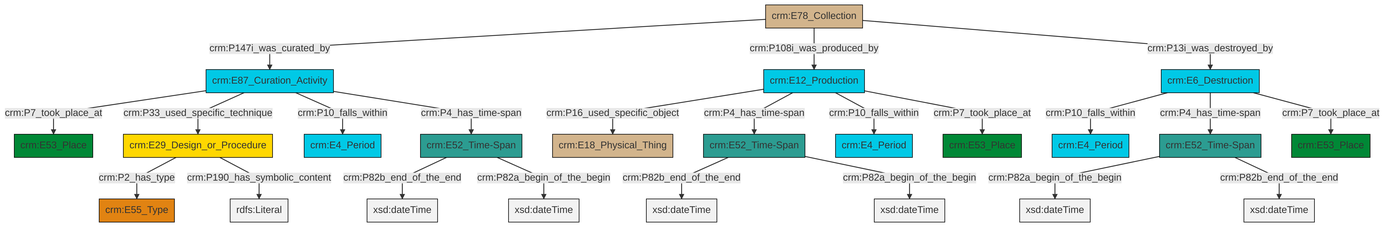
Before: et/archivalCSV/ttl/mmd/png/archival_existence.png, a diagram exported from Mermaid (swiss-art-research-net/docs.swissartresearch). Its source is kept beside it as et/archivalCSV/ttl/mmd/archival_existence.ttl.mmd.
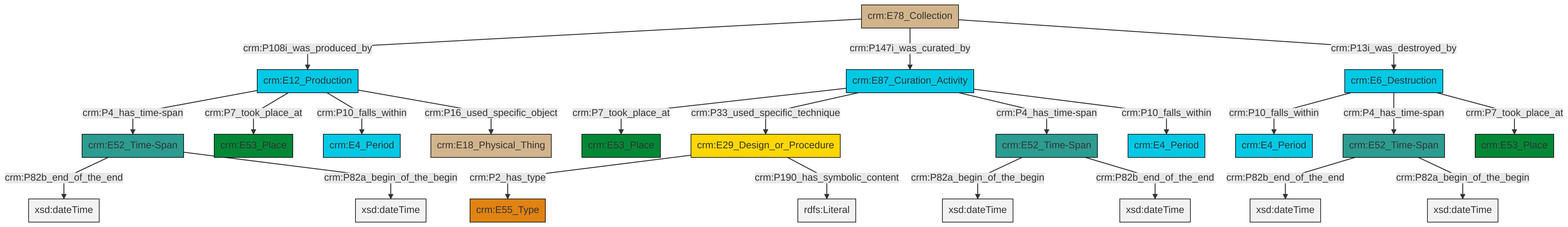
After the change.

What changed in the source:
```diff
@@ -13,25 +13,25 @@
 classDef PC_Classes fill:#4ce600, stroke:#000000;
 classDef Multi fill:#cccccc,stroke:#000000;
 
-0["crm:E52_Time-Span"]:::Time-Span -->|crm:P82b_end_of_the_end| 1[xsd:dateTime]:::Literal
-6["crm:E52_Time-Span"]:::Time-Span -->|crm:P82b_end_of_the_end| 7[xsd:dateTime]:::Literal
-8["crm:E12_Production"]:::Temporal_Entity -->|crm:P16_used_specific_object| 9["crm:E18_Physical_Thing"]:::Physical_Thing
-2["crm:E87_Curation_Activity"]:::Temporal_Entity -->|crm:P7_took_place_at| 10["crm:E53_Place"]:::Place
-8["crm:E12_Production"]:::Temporal_Entity -->|crm:P4_has_time-span| 0["crm:E52_Time-Span"]:::Time-Span
-13["crm:E78_Collection"]:::Physical_Thing -->|crm:P147i_was_curated_by| 2["crm:E87_Curation_Activity"]:::Temporal_Entity
-14["crm:E6_Destruction"]:::Temporal_Entity -->|crm:P10_falls_within| 15["crm:E4_Period"]:::Temporal_Entity
-2["crm:E87_Curation_Activity"]:::Temporal_Entity -->|crm:P33_used_specific_technique| 16["crm:E29_Design_or_Procedure"]:::Conceptual_Object
-16["crm:E29_Design_or_Procedure"]:::Conceptual_Object -->|crm:P2_has_type| 20["crm:E55_Type"]:::Type
-8["crm:E12_Production"]:::Temporal_Entity -->|crm:P10_falls_within| 22["crm:E4_Period"]:::Temporal_Entity
-6["crm:E52_Time-Span"]:::Time-Span -->|crm:P82a_begin_of_the_begin| 23[xsd:dateTime]:::Literal
-8["crm:E12_Production"]:::Temporal_Entity -->|crm:P7_took_place_at| 18["crm:E53_Place"]:::Place
-14["crm:E6_Destruction"]:::Temporal_Entity -->|crm:P4_has_time-span| 24["crm:E52_Time-Span"]:::Time-Span
-2["crm:E87_Curation_Activity"]:::Temporal_Entity -->|crm:P10_falls_within| 4["crm:E4_Period"]:::Temporal_Entity
-2["crm:E87_Curation_Activity"]:::Temporal_Entity -->|crm:P4_has_time-span| 6["crm:E52_Time-Span"]:::Time-Span
-13["crm:E78_Collection"]:::Physical_Thing -->|crm:P108i_was_produced_by| 8["crm:E12_Production"]:::Temporal_Entity
-24["crm:E52_Time-Span"]:::Time-Span -->|crm:P82a_begin_of_the_begin| 28[xsd:dateTime]:::Literal
-13["crm:E78_Collection"]:::Physical_Thing -->|crm:P13i_was_destroyed_by| 14["crm:E6_Destruction"]:::Temporal_Entity
-24["crm:E52_Time-Span"]:::Time-Span -->|crm:P82b_end_of_the_end| 33[xsd:dateTime]:::Literal
-16["crm:E29_Design_or_Procedure"]:::Conceptual_Object -->|crm:P190_has_symbolic_content| 35[rdfs:Literal]:::Literal
-14["crm:E6_Destruction"]:::Temporal_Entity -->|crm:P7_took_place_at| 29["crm:E53_Place"]:::Place
-0["crm:E52_Time-Span"]:::Time-Span -->|crm:P82a_begin_of_the_begin| 36[xsd:dateTime]:::Literal
+0["crm:E12_Production"]:::Temporal_Entity -->|crm:P4_has_time-span| 1["crm:E52_Time-Span"]:::Time-Span
+0["crm:E12_Production"]:::Temporal_Entity -->|crm:P7_took_place_at| 2["crm:E53_Place"]:::Place
+9["crm:E29_Design_or_Procedure"]:::Conceptual_Object -->|crm:P2_has_type| 10["crm:E55_Type"]:::Type
+7["crm:E78_Collection"]:::Physical_Thing -->|crm:P108i_was_produced_by| 0["crm:E12_Production"]:::Temporal_Entity
+1["crm:E52_Time-Span"]:::Time-Span -->|crm:P82b_end_of_the_end| 12[xsd:dateTime]:::Literal
+13["crm:E52_Time-Span"]:::Time-Span -->|crm:P82b_end_of_the_end| 14[xsd:dateTime]:::Literal
+9["crm:E29_Design_or_Procedure"]:::Conceptual_Object -->|crm:P190_has_symbolic_content| 16[rdfs:Literal]:::Literal
+0["crm:E12_Production"]:::Temporal_Entity -->|crm:P10_falls_within| 5["crm:E4_Period"]:::Temporal_Entity
+19["crm:E87_Curation_Activity"]:::Temporal_Entity -->|crm:P7_took_place_at| 20["crm:E53_Place"]:::Place
+3["crm:E52_Time-Span"]:::Time-Span -->|crm:P82a_begin_of_the_begin| 21[xsd:dateTime]:::Literal
+0["crm:E12_Production"]:::Temporal_Entity -->|crm:P16_used_specific_object| 22["crm:E18_Physical_Thing"]:::Physical_Thing
+23["crm:E6_Destruction"]:::Temporal_Entity -->|crm:P10_falls_within| 24["crm:E4_Period"]:::Temporal_Entity
+19["crm:E87_Curation_Activity"]:::Temporal_Entity -->|crm:P33_used_specific_technique| 9["crm:E29_Design_or_Procedure"]:::Conceptual_Object
+19["crm:E87_Curation_Activity"]:::Temporal_Entity -->|crm:P4_has_time-span| 3["crm:E52_Time-Span"]:::Time-Span
+7["crm:E78_Collection"]:::Physical_Thing -->|crm:P147i_was_curated_by| 19["crm:E87_Curation_Activity"]:::Temporal_Entity
+23["crm:E6_Destruction"]:::Temporal_Entity -->|crm:P4_has_time-span| 13["crm:E52_Time-Span"]:::Time-Span
+19["crm:E87_Curation_Activity"]:::Temporal_Entity -->|crm:P10_falls_within| 17["crm:E4_Period"]:::Temporal_Entity
+3["crm:E52_Time-Span"]:::Time-Span -->|crm:P82b_end_of_the_end| 32[xsd:dateTime]:::Literal
+1["crm:E52_Time-Span"]:::Time-Span -->|crm:P82a_begin_of_the_begin| 33[xsd:dateTime]:::Literal
+13["crm:E52_Time-Span"]:::Time-Span -->|crm:P82a_begin_of_the_begin| 34[xsd:dateTime]:::Literal
+23["crm:E6_Destruction"]:::Temporal_Entity -->|crm:P7_took_place_at| 35["crm:E53_Place"]:::Place
+7["crm:E78_Collection"]:::Physical_Thing -->|crm:P13i_was_destroyed_by| 23["crm:E6_Destruction"]:::Temporal_Entity
```
